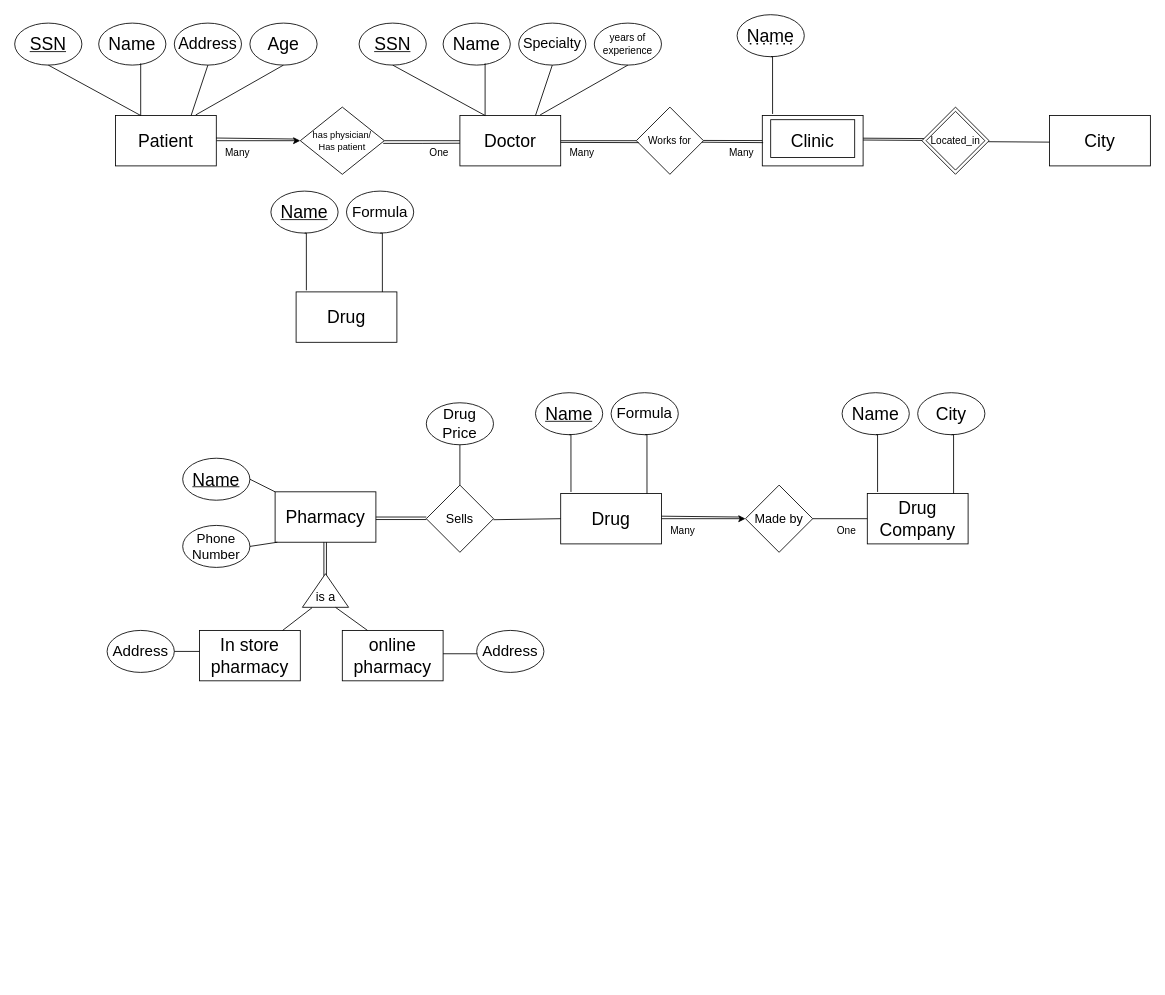
Earlier version of the draw.io diagram page "Page-1" (1 of 3) of HW1Database.drawio (IgorBCode/cv). Source tidied: cells renumbered, new cells numbered last; positions are measured from the earlier drawing's top-left corner, leaving out a move shared by most shapes. Both pictures are drawn from the tidied source at 84%, with x=0, y=0 at pixel (14, 14).
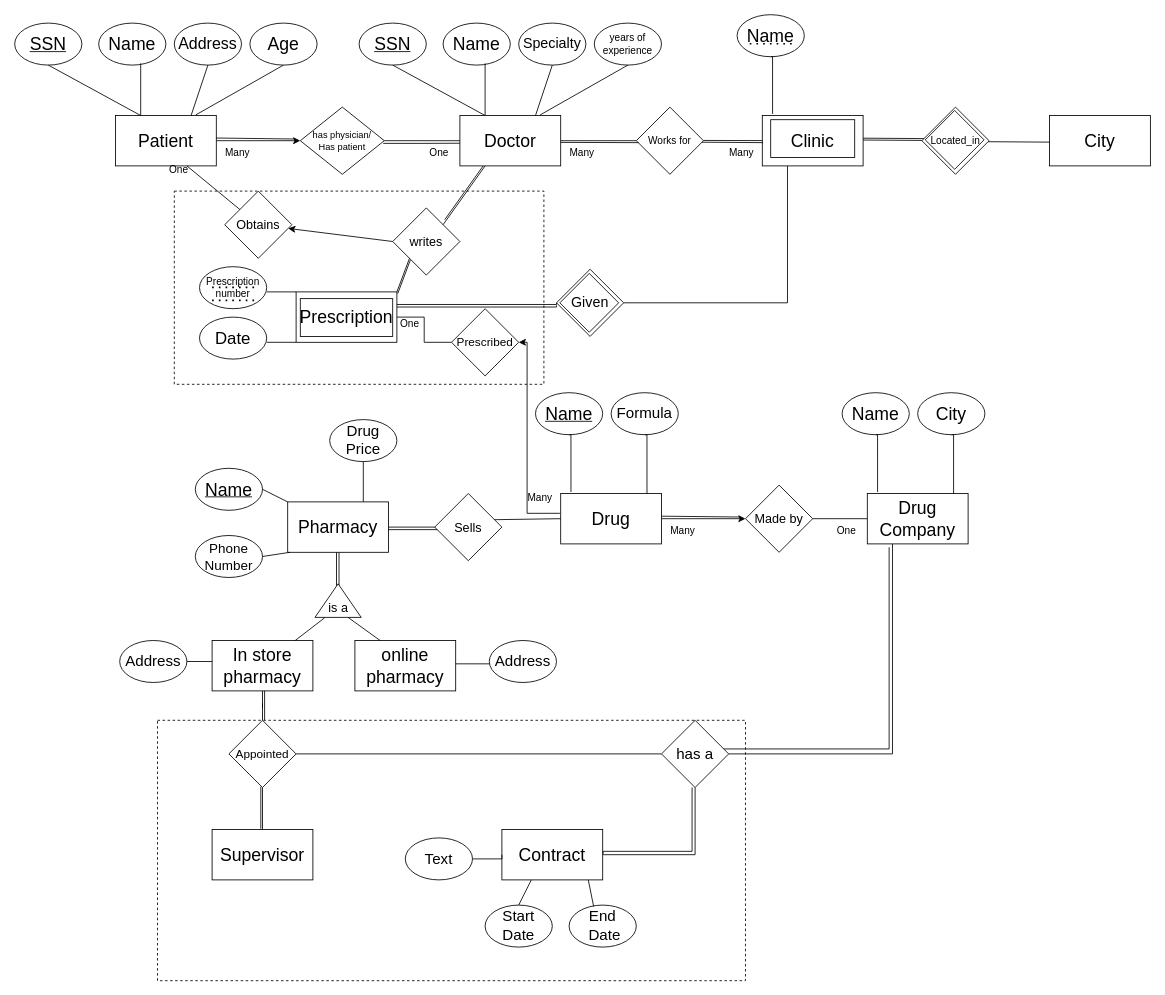
The same diagram, later.

Unchanged cells that the change refers to:
```xml
<mxCell id="21" value="&lt;font style=&quot;font-size: 21px;&quot;&gt;Clinic&lt;/font&gt;" style="rounded=0;whiteSpace=wrap;html=1;" parent="1" vertex="1">
  <mxGeometry x="890" y="120" width="120" height="60" as="geometry" />
</mxCell>
<mxCell id="26" value="&lt;font style=&quot;font-size: 21px;&quot;&gt;Drug Company&lt;br&gt;&lt;/font&gt;" style="rounded=0;whiteSpace=wrap;html=1;" parent="1" vertex="1">
  <mxGeometry x="1015" y="570" width="120" height="60" as="geometry" />
</mxCell>
<mxCell id="40" value="&lt;font style=&quot;font-size: 21px;&quot;&gt;Drug&lt;br&gt;&lt;/font&gt;" style="rounded=0;whiteSpace=wrap;html=1;" parent="1" vertex="1">
  <mxGeometry x="650" y="570" width="120" height="60" as="geometry" />
</mxCell>
```

The edit, as a diff of the source:
```diff
@@
+    <mxCell id="89" style="rounded=0;whiteSpace=wrap;html=1;fillColor=none;dashed=1;" parent="1" vertex="1">
+      <mxGeometry x="170" y="840" width="700" height="310" as="geometry" />
+    </mxCell>
+    <mxCell id="90" style="edgeStyle=orthogonalEdgeStyle;rounded=0;orthogonalLoop=1;jettySize=auto;html=1;entryX=0.869;entryY=0.376;entryDx=0;entryDy=0;endArrow=none;endFill=0;entryPerimeter=0;" parent="1" edge="1">
+      <mxGeometry relative="1" as="geometry">
+        <mxPoint x="1041" y="634" as="sourcePoint" />
+        <mxPoint x="839.5" y="874.1" as="targetPoint" />
+        <Array as="points">
+          <mxPoint x="1041" y="874" />
+        </Array>
+      </mxGeometry>
+    </mxCell>
+    <mxCell id="91" style="rounded=0;whiteSpace=wrap;html=1;fillColor=none;dashed=1;" parent="1" vertex="1">
+      <mxGeometry x="190" y="210" width="440" height="230" as="geometry" />
+    </mxCell>
+    <mxCell id="92" style="endArrow=none;html=1;rounded=0;" parent="1" edge="1">
+      <mxGeometry relative="1" as="geometry">
+        <mxPoint x="512" y="244" as="sourcePoint" />
+        <mxPoint x="562" y="174" as="targetPoint" />
+      </mxGeometry>
+    </mxCell>
@@
+    <mxCell id="93" style="edgeStyle=orthogonalEdgeStyle;rounded=0;jettySize=auto;html=1;exitX=0.25;exitY=1;exitDx=0;exitDy=0;entryX=1;entryY=0.5;entryDx=0;entryDy=0;endArrow=none;endFill=0;" parent="1" edge="1" source="21" target="113">
+      <mxGeometry relative="1" as="geometry" />
+    </mxCell>
@@
+    <mxCell id="94" style="edgeStyle=orthogonalEdgeStyle;rounded=0;jettySize=auto;html=1;exitX=0.25;exitY=1;exitDx=0;exitDy=0;entryX=1;entryY=0.5;entryDx=0;entryDy=0;endArrow=none;endFill=0;" parent="1" edge="1" source="26" target="120">
+      <mxGeometry relative="1" as="geometry" />
+    </mxCell>
@@
     <mxCell id="51" value="&lt;font style=&quot;font-size: 21px;&quot;&gt;In store pharmacy&lt;br&gt;&lt;/font&gt;" style="rounded=0;whiteSpace=wrap;html=1;" parent="1" vertex="1">
-      <mxGeometry x="220" y="733" width="120" height="60" as="geometry" />
+      <mxGeometry x="235" y="745" width="120" height="60" as="geometry" />
     </mxCell>
     <mxCell id="52" value="&lt;u&gt;&lt;font style=&quot;font-size: 21px;&quot;&gt;Name&lt;/font&gt;&lt;/u&gt;" style="ellipse;whiteSpace=wrap;html=1;" parent="1" vertex="1">
-      <mxGeometry x="200" y="528" width="80" height="50" as="geometry" />
+      <mxGeometry x="215" y="540" width="80" height="50" as="geometry" />
     </mxCell>
     <mxCell id="53" value="&lt;font style=&quot;font-size: 16px;&quot;&gt;Phone Number&lt;font style=&quot;font-size: 16px;&quot;&gt;&lt;br&gt;&lt;/font&gt;&lt;/font&gt;" style="ellipse;whiteSpace=wrap;html=1;" parent="1" vertex="1">
-      <mxGeometry x="200" y="608" width="80" height="50" as="geometry" />
+      <mxGeometry x="215" y="620" width="80" height="50" as="geometry" />
     </mxCell>
     <mxCell id="54" value="&lt;font style=&quot;font-size: 21px;&quot;&gt;Pharmacy&lt;/font&gt;" style="rounded=0;whiteSpace=wrap;html=1;" parent="1" vertex="1">
-      <mxGeometry x="310" y="568" width="120" height="60" as="geometry" />
+      <mxGeometry x="325" y="580" width="120" height="60" as="geometry" />
     </mxCell>
@@
     <mxCell id="57" style="endArrow=none;html=1;rounded=0;" parent="1" edge="1">
       <mxGeometry relative="1" as="geometry">
-        <mxPoint x="368.1" y="668" as="sourcePoint" />
-        <mxPoint x="368.1" y="628" as="targetPoint" />
+        <mxPoint x="383.1" y="680" as="sourcePoint" />
+        <mxPoint x="383.1" y="640" as="targetPoint" />
       </mxGeometry>
     </mxCell>
     <mxCell id="58" style="endArrow=none;html=1;rounded=0;" parent="1" edge="1">
       <mxGeometry relative="1" as="geometry">
-        <mxPoint x="371.1" y="668" as="sourcePoint" />
-        <mxPoint x="371.1" y="628" as="targetPoint" />
+        <mxPoint x="386.1" y="680" as="sourcePoint" />
+        <mxPoint x="386.1" y="640" as="targetPoint" />
       </mxGeometry>
     </mxCell>
     <mxCell id="59" style="triangle;whiteSpace=wrap;html=1;rotation=-90;" parent="1" vertex="1">
-      <mxGeometry x="350" y="658" width="40" height="55" as="geometry" />
+      <mxGeometry x="365" y="670" width="40" height="55" as="geometry" />
     </mxCell>
     <mxCell id="60" value="&lt;font style=&quot;font-size: 15px;&quot;&gt;is a&lt;/font&gt;" style="text;html=1;align=center;verticalAlign=middle;points=[];strokeColor=none;fillColor=none;" parent="1" vertex="1">
-      <mxGeometry x="345" y="678" width="50" height="30" as="geometry" />
+      <mxGeometry x="360" y="690" width="50" height="30" as="geometry" />
     </mxCell>
     <mxCell id="61" value="&lt;font style=&quot;font-size: 21px;&quot;&gt;online pharmacy&lt;br&gt;&lt;/font&gt;" style="rounded=0;whiteSpace=wrap;html=1;" parent="1" vertex="1">
-      <mxGeometry x="390" y="733" width="120" height="60" as="geometry" />
+      <mxGeometry x="405" y="745" width="120" height="60" as="geometry" />
     </mxCell>
@@
     <mxCell id="64" value="&lt;font style=&quot;font-size: 18px;&quot;&gt;Address&lt;/font&gt;" style="ellipse;whiteSpace=wrap;html=1;" parent="1" vertex="1">
-      <mxGeometry x="110" y="733" width="80" height="50" as="geometry" />
+      <mxGeometry x="125" y="745" width="80" height="50" as="geometry" />
     </mxCell>
     <mxCell id="65" value="&lt;font style=&quot;font-size: 18px;&quot;&gt;Address&lt;/font&gt;" style="ellipse;whiteSpace=wrap;html=1;" parent="1" vertex="1">
-      <mxGeometry x="550" y="733" width="80" height="50" as="geometry" />
+      <mxGeometry x="565" y="745" width="80" height="50" as="geometry" />
     </mxCell>
@@
-    <mxCell id="68" value="&lt;font style=&quot;font-size: 15px;&quot;&gt;Sells&lt;/font&gt;" style="rhombus;whiteSpace=wrap;html=1;" parent="1" vertex="1">
-      <mxGeometry x="490" y="560" width="80" height="80" as="geometry" />
+    <mxCell id="68" value="&lt;font style=&quot;font-size: 14px;&quot;&gt;Prescribed&lt;/font&gt;" style="rhombus;whiteSpace=wrap;html=1;" parent="1" vertex="1">
+      <mxGeometry x="520" y="350" width="80" height="80" as="geometry" />
     </mxCell>
     <mxCell id="69" style="endArrow=none;html=1;rounded=0;" parent="1" edge="1">
       <mxGeometry relative="1" as="geometry">
-        <mxPoint x="430" y="598" as="sourcePoint" />
-        <mxPoint x="490" y="598" as="targetPoint" />
+        <mxPoint x="445" y="610" as="sourcePoint" />
+        <mxPoint x="505" y="610" as="targetPoint" />
       </mxGeometry>
     </mxCell>
     <mxCell id="70" style="endArrow=none;html=1;rounded=0;" parent="1" edge="1">
       <mxGeometry relative="1" as="geometry">
-        <mxPoint x="430" y="601" as="sourcePoint" />
-        <mxPoint x="490" y="601" as="targetPoint" />
+        <mxPoint x="445" y="613" as="sourcePoint" />
+        <mxPoint x="505" y="613" as="targetPoint" />
       </mxGeometry>
     </mxCell>
@@
     <mxCell id="73" value="&lt;font style=&quot;font-size: 18px;&quot;&gt;Drug Price&lt;br&gt;&lt;/font&gt;" style="ellipse;whiteSpace=wrap;html=1;" parent="1" vertex="1">
-      <mxGeometry x="490" y="462" width="80" height="50" as="geometry" />
+      <mxGeometry x="375" y="482" width="80" height="50" as="geometry" />
     </mxCell>
     <mxCell id="74" style="endArrow=none;html=1;rounded=0;exitX=0.5;exitY=0;exitDx=0;exitDy=0;entryX=0.5;entryY=1;entryDx=0;entryDy=0;" parent="1" edge="1" target="73">
       <mxGeometry relative="1" as="geometry">
-        <mxPoint x="530" y="560" as="sourcePoint" />
+        <mxPoint x="415" y="580" as="sourcePoint" />
       </mxGeometry>
     </mxCell>
@@
-    <mxCell id="82" style="rhombus;whiteSpace=wrap;html=1;fillColor=none;" parent="1" vertex="1">
-      <mxGeometry x="1085" y="115" width="70" height="70" as="geometry" />
-    </mxCell>
@@
+    <mxCell id="95" style="edgeStyle=orthogonalEdgeStyle;rounded=0;jettySize=auto;html=1;exitX=1;exitY=0.5;exitDx=0;exitDy=0;entryX=0;entryY=0.5;entryDx=0;entryDy=0;endArrow=none;endFill=0;" parent="1" edge="1" source="84" target="68">
+      <mxGeometry relative="1" as="geometry" />
+    </mxCell>
-    <mxCell id="84" value="&lt;font style=&quot;font-size: 21px;&quot;&gt;Drug&lt;br&gt;&lt;/font&gt;" style="rounded=0;whiteSpace=wrap;html=1;" parent="1" vertex="1">
+    <mxCell id="84" value="&lt;font style=&quot;font-size: 21px;&quot;&gt;Prescription&lt;/font&gt;" style="rounded=0;whiteSpace=wrap;html=1;" parent="1" vertex="1">
       <mxGeometry x="335" y="330" width="120" height="60" as="geometry" />
     </mxCell>
-    <mxCell id="85" value="&lt;u&gt;&lt;font style=&quot;font-size: 21px;&quot;&gt;Name&lt;/font&gt;&lt;/u&gt;" style="ellipse;whiteSpace=wrap;html=1;" parent="1" vertex="1">
-      <mxGeometry x="305" y="210" width="80" height="50" as="geometry" />
+    <mxCell id="85" value="Prescription number&lt;u&gt;&lt;br&gt;&lt;/u&gt;" style="ellipse;whiteSpace=wrap;html=1;" parent="1" vertex="1">
+      <mxGeometry x="220" y="300" width="80" height="50" as="geometry" />
     </mxCell>
-    <mxCell id="86" style="edgeStyle=orthogonalEdgeStyle;rounded=0;jettySize=auto;html=1;exitX=0.102;exitY=-0.031;exitDx=0;exitDy=0;entryX=0.5;entryY=1;entryDx=0;entryDy=0;strokeColor=default;endArrow=none;endFill=0;exitPerimeter=0;" parent="1" edge="1" source="84" target="85">
-      <mxGeometry relative="1" as="geometry">
-        <Array as="points">
-          <mxPoint x="347" y="260" />
-        </Array>
-      </mxGeometry>
-    </mxCell>
-    <mxCell id="87" value="&lt;font style=&quot;font-size: 18px;&quot;&gt;Formula&lt;/font&gt;" style="ellipse;whiteSpace=wrap;html=1;" parent="1" vertex="1">
-      <mxGeometry x="395" y="210" width="80" height="50" as="geometry" />
+    <mxCell id="87" value="&lt;font style=&quot;font-size: 20px;&quot;&gt;Date&lt;/font&gt;" style="ellipse;whiteSpace=wrap;html=1;" parent="1" vertex="1">
+      <mxGeometry x="220" y="360" width="80" height="50" as="geometry" />
     </mxCell>
-    <mxCell id="88" style="edgeStyle=orthogonalEdgeStyle;rounded=0;jettySize=auto;html=1;exitX=0.856;exitY=0.001;exitDx=0;exitDy=0;entryX=0.5;entryY=1;entryDx=0;entryDy=0;strokeColor=default;endArrow=none;endFill=0;exitPerimeter=0;" parent="1" edge="1" source="84" target="87">
-      <mxGeometry relative="1" as="geometry">
-        <Array as="points">
-          <mxPoint x="438" y="260" />
-        </Array>
-      </mxGeometry>
-    </mxCell>
+    <mxCell id="96" value="&lt;font style=&quot;font-size: 15px;&quot;&gt;writes&lt;/font&gt;" style="rhombus;whiteSpace=wrap;html=1;" parent="1" vertex="1">
+      <mxGeometry x="450" y="230" width="80" height="80" as="geometry" />
+    </mxCell>
+    <mxCell id="97" style="endArrow=none;html=1;rounded=0;exitX=1;exitY=0;exitDx=0;exitDy=0;startArrow=none;startFill=0;" parent="1" edge="1" source="96">
+      <mxGeometry relative="1" as="geometry">
+        <mxPoint x="560" y="180" as="targetPoint" />
+      </mxGeometry>
+    </mxCell>
+    <mxCell id="98" style="endArrow=none;html=1;rounded=0;exitX=1;exitY=0;exitDx=0;exitDy=0;" parent="1" edge="1" source="84">
+      <mxGeometry relative="1" as="geometry">
+        <mxPoint x="470" y="290" as="targetPoint" />
+      </mxGeometry>
+    </mxCell>
+    <mxCell id="99" style="endArrow=none;html=1;rounded=0;entryX=0;entryY=0;entryDx=0;entryDy=0;" parent="1" edge="1" target="84">
+      <mxGeometry relative="1" as="geometry">
+        <mxPoint x="300" y="330" as="sourcePoint" />
+      </mxGeometry>
+    </mxCell>
+    <mxCell id="100" style="endArrow=none;html=1;rounded=0;entryX=0;entryY=1;entryDx=0;entryDy=0;" parent="1" edge="1" target="84">
+      <mxGeometry relative="1" as="geometry">
+        <mxPoint x="300" y="390" as="sourcePoint" />
+      </mxGeometry>
+    </mxCell>
+    <mxCell id="101" style="endArrow=none;html=1;rounded=0;exitX=1;exitY=0;exitDx=0;exitDy=0;endFill=0;" parent="1" edge="1">
+      <mxGeometry relative="1" as="geometry">
+        <mxPoint x="456" y="332" as="sourcePoint" />
+        <mxPoint x="471" y="292" as="targetPoint" />
+      </mxGeometry>
+    </mxCell>
+    <mxCell id="102" value="&lt;font style=&quot;font-size: 15px;&quot;&gt;Obtains&lt;/font&gt;" style="rhombus;whiteSpace=wrap;html=1;" parent="1" vertex="1">
+      <mxGeometry x="250" y="210" width="80" height="80" as="geometry" />
+    </mxCell>
+    <mxCell id="103" style="endArrow=none;html=1;rounded=0;" parent="1" edge="1" source="102">
+      <mxGeometry relative="1" as="geometry">
+        <mxPoint x="205" y="180" as="targetPoint" />
+      </mxGeometry>
+    </mxCell>
+    <mxCell id="104" style="endArrow=classic;html=1;rounded=0;exitX=0;exitY=0.5;exitDx=0;exitDy=0;startArrow=none;startFill=0;endFill=1;" parent="1" edge="1" source="96" target="102">
+      <mxGeometry relative="1" as="geometry" />
+    </mxCell>
+    <mxCell id="105" value="One" style="text;html=1;align=center;verticalAlign=middle;strokeColor=none;fillColor=none;" parent="1" vertex="1">
+      <mxGeometry x="170" y="170" width="50" height="30" as="geometry" />
+    </mxCell>
+    <mxCell id="106" value="&lt;font style=&quot;font-size: 15px;&quot;&gt;Sells&lt;/font&gt;" style="rhombus;whiteSpace=wrap;html=1;" parent="1" vertex="1">
+      <mxGeometry x="500" y="570" width="80" height="80" as="geometry" />
+    </mxCell>
+    <mxCell id="107" style="edgeStyle=orthogonalEdgeStyle;rounded=0;jettySize=auto;html=1;exitX=1;exitY=0.5;exitDx=0;exitDy=0;entryX=-0.008;entryY=0.393;entryDx=0;entryDy=0;entryPerimeter=0;endArrow=none;endFill=0;startArrow=classic;startFill=1;" parent="1" edge="1" source="68" target="40">
+      <mxGeometry relative="1" as="geometry">
+        <Array as="points">
+          <mxPoint x="610" y="390" />
+          <mxPoint x="610" y="594" />
+        </Array>
+      </mxGeometry>
+    </mxCell>
+    <mxCell id="108" value="Many" style="text;html=1;align=center;verticalAlign=middle;strokeColor=none;fillColor=none;" parent="1" vertex="1">
+      <mxGeometry x="600" y="560" width="50" height="30" as="geometry" />
+    </mxCell>
+    <mxCell id="109" value="One" style="text;html=1;align=center;verticalAlign=middle;strokeColor=none;fillColor=none;" parent="1" vertex="1">
+      <mxGeometry x="445" y="353" width="50" height="30" as="geometry" />
+    </mxCell>
+    <mxCell id="110" style="endArrow=none;dashed=1;html=1;dashPattern=1 3;strokeWidth=2;rounded=0;" parent="1" edge="1">
+      <mxGeometry relative="1" as="geometry">
+        <mxPoint x="235" y="340" as="sourcePoint" />
+        <mxPoint x="285" y="340" as="targetPoint" />
+      </mxGeometry>
+    </mxCell>
+    <mxCell id="111" style="endArrow=none;dashed=1;html=1;dashPattern=1 3;strokeWidth=2;rounded=0;" parent="1" edge="1">
+      <mxGeometry relative="1" as="geometry">
+        <mxPoint x="235" y="324.6" as="sourcePoint" />
+        <mxPoint x="285" y="324.6" as="targetPoint" />
+      </mxGeometry>
+    </mxCell>
+    <mxCell id="112" style="edgeStyle=orthogonalEdgeStyle;rounded=0;jettySize=auto;html=1;exitX=0;exitY=0.5;exitDx=0;exitDy=0;entryX=1;entryY=0.25;entryDx=0;entryDy=0;endArrow=none;endFill=0;" parent="1" edge="1" source="113" target="84">
+      <mxGeometry relative="1" as="geometry">
+        <Array as="points">
+          <mxPoint x="645" y="345" />
+        </Array>
+      </mxGeometry>
+    </mxCell>
+    <mxCell id="113" value="&lt;font style=&quot;font-size: 17px;&quot;&gt;Given&lt;/font&gt;" style="rhombus;whiteSpace=wrap;html=1;" parent="1" vertex="1">
+      <mxGeometry x="645" y="303" width="80" height="80" as="geometry" />
+    </mxCell>
+    <mxCell id="114" style="edgeStyle=orthogonalEdgeStyle;rounded=0;orthogonalLoop=1;jettySize=auto;html=1;exitX=0;exitY=0.5;exitDx=0;exitDy=0;entryX=1;entryY=0.25;entryDx=0;entryDy=0;endArrow=none;endFill=0;" parent="1" edge="1">
+      <mxGeometry relative="1" as="geometry">
+        <mxPoint x="645" y="346" as="sourcePoint" />
+        <mxPoint x="455" y="348" as="targetPoint" />
+        <Array as="points">
+          <mxPoint x="645" y="348" />
+        </Array>
+      </mxGeometry>
+    </mxCell>
+    <mxCell id="115" style="rhombus;whiteSpace=wrap;html=1;fillColor=none;" parent="1" vertex="1">
+      <mxGeometry x="1084" y="114" width="70" height="70" as="geometry" />
+    </mxCell>
+    <mxCell id="82" style="rhombus;whiteSpace=wrap;html=1;fillColor=none;" parent="1" vertex="1">
+      <mxGeometry x="649" y="308" width="70" height="70" as="geometry" />
+    </mxCell>
+    <mxCell id="116" style="rounded=0;whiteSpace=wrap;html=1;fillColor=none;" parent="1" vertex="1">
+      <mxGeometry x="340" y="338" width="110" height="45" as="geometry" />
+    </mxCell>
+    <mxCell id="117" value="&lt;font style=&quot;font-size: 21px;&quot;&gt;Contract&lt;br&gt;&lt;/font&gt;" style="rounded=0;whiteSpace=wrap;html=1;" parent="1" vertex="1">
+      <mxGeometry x="580" y="970" width="120" height="60" as="geometry" />
+    </mxCell>
+    <mxCell id="118" value="&lt;font style=&quot;font-size: 21px;&quot;&gt;Supervisor&lt;br&gt;&lt;/font&gt;" style="rounded=0;whiteSpace=wrap;html=1;" parent="1" vertex="1">
+      <mxGeometry x="235" y="970" width="120" height="60" as="geometry" />
+    </mxCell>
+    <mxCell id="119" style="edgeStyle=orthogonalEdgeStyle;rounded=0;jettySize=auto;html=1;exitX=0.5;exitY=1;exitDx=0;exitDy=0;entryX=1;entryY=0.5;entryDx=0;entryDy=0;endArrow=none;endFill=0;" parent="1" edge="1" source="120" target="117">
+      <mxGeometry relative="1" as="geometry" />
+    </mxCell>
+    <mxCell id="120" value="&lt;font style=&quot;font-size: 18px;&quot;&gt;has a&lt;/font&gt;" style="rhombus;whiteSpace=wrap;html=1;" parent="1" vertex="1">
+      <mxGeometry x="770" y="840" width="80" height="80" as="geometry" />
+    </mxCell>
+    <mxCell id="121" style="edgeStyle=orthogonalEdgeStyle;rounded=0;jettySize=auto;html=1;exitX=0.5;exitY=0;exitDx=0;exitDy=0;endArrow=none;endFill=0;" parent="1" edge="1" source="124" target="51">
+      <mxGeometry relative="1" as="geometry" />
+    </mxCell>
+    <mxCell id="122" style="edgeStyle=orthogonalEdgeStyle;rounded=0;jettySize=auto;html=1;exitX=1;exitY=0.5;exitDx=0;exitDy=0;entryX=0;entryY=0.5;entryDx=0;entryDy=0;endArrow=none;endFill=0;" parent="1" edge="1" source="124" target="120">
+      <mxGeometry relative="1" as="geometry" />
+    </mxCell>
+    <mxCell id="123" style="edgeStyle=orthogonalEdgeStyle;rounded=0;jettySize=auto;html=1;exitX=0.5;exitY=1;exitDx=0;exitDy=0;entryX=0.5;entryY=0;entryDx=0;entryDy=0;endArrow=none;endFill=0;" parent="1" edge="1" source="124" target="118">
+      <mxGeometry relative="1" as="geometry" />
+    </mxCell>
+    <mxCell id="124" value="&lt;font style=&quot;font-size: 14px;&quot;&gt;Appointed&lt;/font&gt;" style="rhombus;whiteSpace=wrap;html=1;" parent="1" vertex="1">
+      <mxGeometry x="255" y="840" width="80" height="80" as="geometry" />
+    </mxCell>
+    <mxCell id="125" style="edgeStyle=orthogonalEdgeStyle;rounded=0;orthogonalLoop=1;jettySize=auto;html=1;exitX=0.5;exitY=0;exitDx=0;exitDy=0;endArrow=none;endFill=0;" parent="1" edge="1">
+      <mxGeometry relative="1" as="geometry">
+        <mxPoint x="297.5" y="840" as="sourcePoint" />
+        <mxPoint x="297.5" y="805" as="targetPoint" />
+      </mxGeometry>
+    </mxCell>
+    <mxCell id="126" style="edgeStyle=orthogonalEdgeStyle;rounded=0;orthogonalLoop=1;jettySize=auto;html=1;exitX=0.5;exitY=1;exitDx=0;exitDy=0;entryX=0.5;entryY=0;entryDx=0;entryDy=0;endArrow=none;endFill=0;" parent="1" edge="1">
+      <mxGeometry relative="1" as="geometry">
+        <mxPoint x="293" y="919" as="sourcePoint" />
+        <mxPoint x="293" y="969" as="targetPoint" />
+      </mxGeometry>
+    </mxCell>
+    <mxCell id="127" style="edgeStyle=orthogonalEdgeStyle;rounded=0;jettySize=auto;html=1;exitX=0.455;exitY=1;exitDx=0;exitDy=0;entryX=0.979;entryY=0.381;entryDx=0;entryDy=0;endArrow=none;endFill=0;exitPerimeter=0;entryPerimeter=0;" parent="1" edge="1" source="120">
+      <mxGeometry relative="1" as="geometry">
+        <mxPoint x="700.5" y="998.9" as="targetPoint" />
+        <Array as="points">
+          <mxPoint x="806" y="996" />
+          <mxPoint x="701" y="996" />
+        </Array>
+      </mxGeometry>
+    </mxCell>
+    <mxCell id="128" value="&lt;font style=&quot;font-size: 18px;&quot;&gt;Start Date&lt;br&gt;&lt;/font&gt;" style="ellipse;whiteSpace=wrap;html=1;" parent="1" vertex="1">
+      <mxGeometry x="560" y="1060" width="80" height="50" as="geometry" />
+    </mxCell>
+    <mxCell id="129" value="&lt;div&gt;&lt;font style=&quot;font-size: 18px;&quot;&gt;End&lt;/font&gt;&lt;/div&gt;&lt;div&gt;&lt;font style=&quot;font-size: 18px;&quot;&gt;&amp;nbsp;Date&lt;/font&gt;&lt;/div&gt;" style="ellipse;whiteSpace=wrap;html=1;" parent="1" vertex="1">
+      <mxGeometry x="660" y="1060" width="80" height="50" as="geometry" />
+    </mxCell>
+    <mxCell id="130" style="endArrow=none;html=1;rounded=0;exitX=0.5;exitY=0;exitDx=0;exitDy=0;" parent="1" edge="1" source="128">
+      <mxGeometry relative="1" as="geometry">
+        <mxPoint x="615" y="1030" as="targetPoint" />
+      </mxGeometry>
+    </mxCell>
+    <mxCell id="131" style="endArrow=none;html=1;rounded=0;exitX=0.365;exitY=0.032;exitDx=0;exitDy=0;entryX=0.857;entryY=1;entryDx=0;entryDy=0;entryPerimeter=0;exitPerimeter=0;" parent="1" edge="1" source="129" target="117">
+      <mxGeometry relative="1" as="geometry" />
+    </mxCell>
+    <mxCell id="132" style="edgeStyle=orthogonalEdgeStyle;rounded=0;jettySize=auto;html=1;exitX=1;exitY=0.5;exitDx=0;exitDy=0;entryX=0;entryY=0.5;entryDx=0;entryDy=0;endArrow=none;endFill=0;" parent="1" edge="1" source="133" target="117">
+      <mxGeometry relative="1" as="geometry" />
+    </mxCell>
+    <mxCell id="133" value="&lt;font style=&quot;font-size: 18px;&quot;&gt;Text&lt;br&gt;&lt;/font&gt;" style="ellipse;whiteSpace=wrap;html=1;" parent="1" vertex="1">
+      <mxGeometry x="465" y="980" width="80" height="50" as="geometry" />
+    </mxCell>
```
